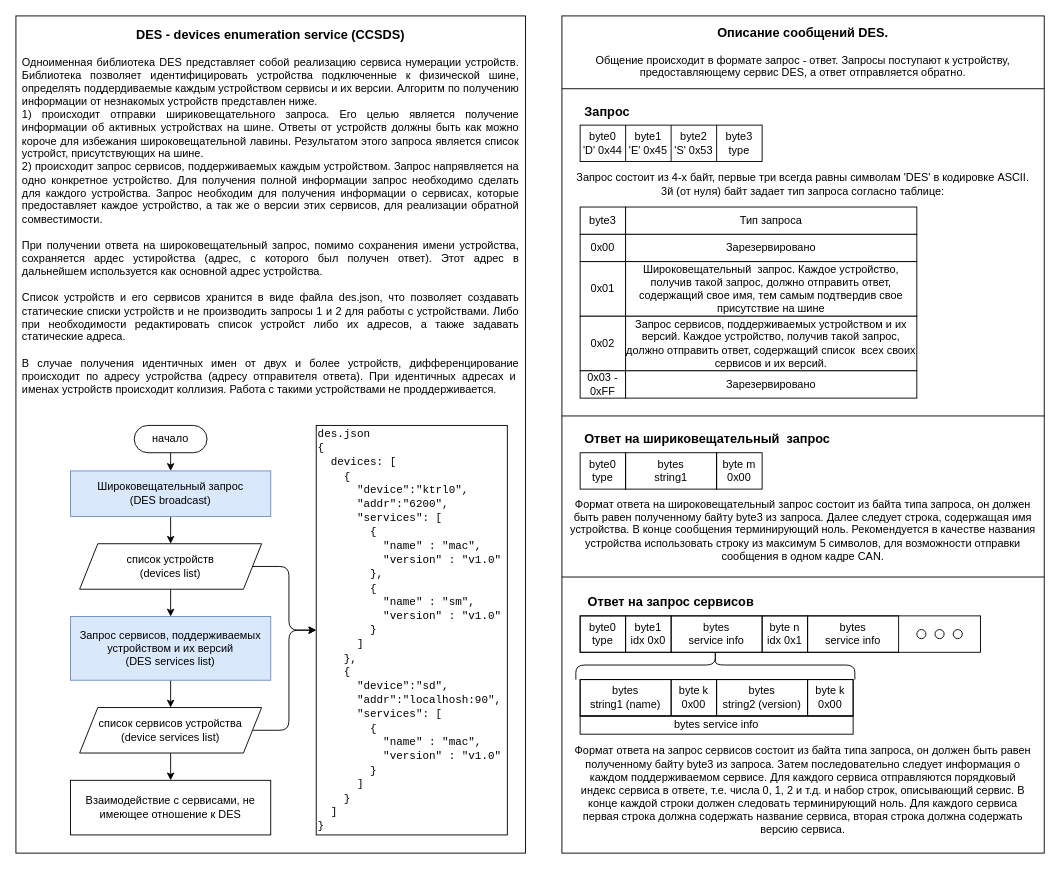
ant-lab-ru/ant-lib keeps this draw.io diagram as ccsds/des/doc/des.drawio. Above is the earlier version. Source tidied: cells renumbered, new cells numbered last; positions are measured from the earlier drawing's top-left corner, leaving out a move shared by most shapes. Both pictures are drawn from the tidied source at 91%, with x=0, y=0 at pixel (15, 15).
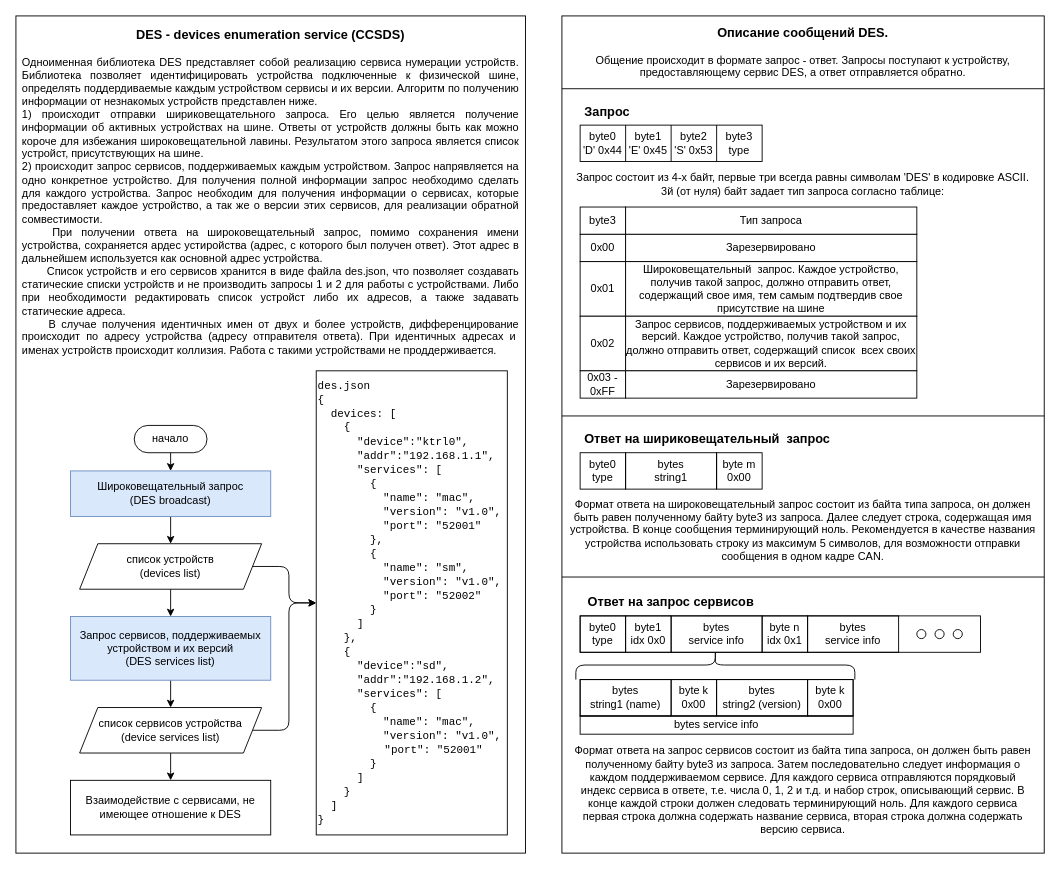
The same page after the edit.

Change to the diagram source:
```diff
@@
-    <mxCell id="3" value="&lt;div style=&quot;&quot;&gt;&lt;span style=&quot;background-color: initial;&quot;&gt;&lt;b&gt;&lt;font style=&quot;font-size: 14px;&quot;&gt;DES - devices enumeration service (CCSDS)&lt;/font&gt;&lt;/b&gt;&lt;/span&gt;&lt;/div&gt;&lt;div style=&quot;&quot;&gt;&lt;span style=&quot;background-color: initial;&quot;&gt;&lt;br&gt;&lt;/span&gt;&lt;/div&gt;&lt;span style=&quot;background-color: initial;&quot;&gt;&lt;div style=&quot;text-align: justify;&quot;&gt;&lt;span style=&quot;background-color: initial;&quot;&gt;Одноименная библиотека DES представляет собой реализацию сервиса нумерации устройств. Библиотека позволяет идентифицировать устройства подключенные к физической шине, определять поддердиваемые каждым устройством сервисы и их версии. Алгоритм по получению информации от незнакомых устройств представлен ниже.&lt;/span&gt;&lt;/div&gt;&lt;div style=&quot;text-align: justify;&quot;&gt;&lt;span style=&quot;background-color: initial;&quot;&gt;1) происходит отправки шириковещательного запроса. Его целью является получение информации об активных устройствах на шине. Ответы от устройств должны быть как можно короче для избежания широковещательной лавины. Результатом этого запроса является список устройст, присутствующих на шине.&lt;/span&gt;&lt;/div&gt;&lt;div style=&quot;text-align: justify;&quot;&gt;&lt;span style=&quot;background-color: initial;&quot;&gt;2) происходит запрос сервисов, поддерживаемых каждым устройством. Запрос напрявляется на одно конкретное устройство. Для получения полной информации запрос необходимо сделать для каждого устройства. Запрос необходим для получения информации о сервисах, которые предоставляет каждое устройство, а так же о версии этих сервисов, для реализации обратной сомвестимости.&lt;/span&gt;&lt;/div&gt;&lt;div style=&quot;text-align: justify;&quot;&gt;&lt;span style=&quot;background-color: initial;&quot;&gt;&lt;br&gt;&lt;/span&gt;&lt;/div&gt;&lt;div style=&quot;text-align: justify;&quot;&gt;&lt;span style=&quot;background-color: initial;&quot;&gt;При получении ответа на широковещательный запрос, помимо сохранения имени устройства, сохраняется ардес устиройства (адрес, с которого был получен ответ). Этот адрес в дальнейшем используется как основной адрес устройства.&lt;/span&gt;&lt;/div&gt;&lt;div style=&quot;text-align: justify;&quot;&gt;&lt;span style=&quot;background-color: initial;&quot;&gt;&lt;br&gt;&lt;/span&gt;&lt;/div&gt;&lt;div style=&quot;text-align: justify;&quot;&gt;&lt;span style=&quot;background-color: initial;&quot;&gt;Список устройств и его сервисов хранится в виде файла des.json, что позволяет создавать статические списки устройств и не производить запросы 1 и 2 для работы с устройствами. Либо при необходимости редактировать список устройст либо их адресов, а также задавать статические адреса.&lt;/span&gt;&lt;br&gt;&lt;/div&gt;&lt;div style=&quot;text-align: justify;&quot;&gt;&lt;br&gt;&lt;/div&gt;&lt;div style=&quot;text-align: justify;&quot;&gt;В случае получения идентичных имен от двух и более устройств, дифференцирование происходит по адресу устройства (адресу отправителя ответа). При идентичных адресах и&amp;nbsp; именах устройств происходит коллизия. Работа с такими устройствами не проддерживается.&lt;/div&gt;&lt;div style=&quot;text-align: justify;&quot;&gt;&lt;span style=&quot;background-color: initial;&quot;&gt;&lt;br&gt;&lt;/span&gt;&lt;/div&gt;&lt;/span&gt;" style="rounded=0;whiteSpace=wrap;html=1;verticalAlign=top;spacing=8;" parent="1" vertex="1">
+    <mxCell id="3" value="&lt;div style=&quot;&quot;&gt;&lt;span style=&quot;background-color: initial;&quot;&gt;&lt;b&gt;&lt;font style=&quot;font-size: 14px;&quot;&gt;DES - devices enumeration service (CCSDS)&lt;/font&gt;&lt;/b&gt;&lt;/span&gt;&lt;/div&gt;&lt;div style=&quot;&quot;&gt;&lt;span style=&quot;background-color: initial;&quot;&gt;&lt;br&gt;&lt;/span&gt;&lt;/div&gt;&lt;span style=&quot;background-color: initial;&quot;&gt;&lt;div style=&quot;text-align: justify;&quot;&gt;&lt;span style=&quot;background-color: initial;&quot;&gt;Одноименная библиотека DES представляет собой реализацию сервиса нумерации устройств. Библиотека позволяет идентифицировать устройства подключенные к физической шине, определять поддердиваемые каждым устройством сервисы и их версии. Алгоритм по получению информации от незнакомых устройств представлен ниже.&lt;/span&gt;&lt;/div&gt;&lt;div style=&quot;text-align: justify;&quot;&gt;&lt;span style=&quot;background-color: initial;&quot;&gt;1) происходит отправки шириковещательного запроса. Его целью является получение информации об активных устройствах на шине. Ответы от устройств должны быть как можно короче для избежания широковещательной лавины. Результатом этого запроса является список устройст, присутствующих на шине.&lt;/span&gt;&lt;/div&gt;&lt;div style=&quot;text-align: justify;&quot;&gt;&lt;span style=&quot;background-color: initial;&quot;&gt;2) происходит запрос сервисов, поддерживаемых каждым устройством. Запрос напрявляется на одно конкретное устройство. Для получения полной информации запрос необходимо сделать для каждого устройства. Запрос необходим для получения информации о сервисах, которые предоставляет каждое устройство, а так же о версии этих сервисов, для реализации обратной сомвестимости.&lt;/span&gt;&lt;/div&gt;&lt;div style=&quot;text-align: justify;&quot;&gt;&lt;span style=&quot;background-color: initial;&quot;&gt;&lt;span style=&quot;white-space: pre;&quot;&gt;&#9;&lt;/span&gt;При получении ответа на широковещательный запрос, помимо сохранения имени устройства, сохраняется ардес устиройства (адрес, с которого был получен ответ). Этот адрес в дальнейшем используется как основной адрес устройства.&lt;/span&gt;&lt;/div&gt;&lt;div style=&quot;text-align: justify;&quot;&gt;&lt;span style=&quot;background-color: initial;&quot;&gt;&lt;span style=&quot;white-space: pre;&quot;&gt;&#9;&lt;/span&gt;Список устройств и его сервисов хранится в виде файла des.json, что позволяет создавать статические списки устройств и не производить запросы 1 и 2 для работы с устройствами. Либо при необходимости редактировать список устройст либо их адресов, а также задавать статические адреса.&lt;/span&gt;&lt;/div&gt;&lt;div style=&quot;text-align: justify;&quot;&gt;&lt;span style=&quot;white-space: pre;&quot;&gt;&#9;&lt;/span&gt;В случае получения идентичных имен от двух и более устройств, дифференцирование происходит по адресу устройства (адресу отправителя ответа). При идентичных адресах и&amp;nbsp; именах устройств происходит коллизия. Работа с такими устройствами не проддерживается.&lt;/div&gt;&lt;div style=&quot;text-align: justify;&quot;&gt;&lt;span style=&quot;background-color: initial;&quot;&gt;&lt;br&gt;&lt;/span&gt;&lt;/div&gt;&lt;/span&gt;" style="rounded=0;whiteSpace=wrap;html=1;verticalAlign=top;spacing=8;" parent="1" vertex="1">
       <mxGeometry width="560" height="920" as="geometry" />
     </mxCell>
@@
-    <mxCell id="17" value="&lt;font face=&quot;Courier New&quot;&gt;des.json&lt;br&gt;{&lt;br&gt;&amp;nbsp; devices: [&lt;br&gt;&amp;nbsp; &amp;nbsp; {&lt;br&gt;&amp;nbsp; &amp;nbsp; &amp;nbsp; &quot;device&quot;:&quot;ktrl0&quot;,&lt;br&gt;&amp;nbsp; &amp;nbsp; &amp;nbsp;&amp;nbsp;&lt;/font&gt;&lt;span style=&quot;font-family: &amp;quot;Courier New&amp;quot;;&quot;&gt;&quot;addr&quot;:&quot;6200&quot;,&lt;/span&gt;&lt;font face=&quot;Courier New&quot;&gt;&lt;br&gt;&amp;nbsp; &amp;nbsp; &amp;nbsp; &quot;services&quot;: [&lt;br&gt;&amp;nbsp; &amp;nbsp; &amp;nbsp; &amp;nbsp; {&lt;br&gt;&amp;nbsp; &amp;nbsp; &amp;nbsp; &amp;nbsp; &amp;nbsp; &quot;name&quot; : &quot;mac&quot;,&lt;br&gt;&amp;nbsp; &amp;nbsp; &amp;nbsp; &amp;nbsp; &amp;nbsp; &quot;version&quot; : &quot;v1.0&quot;&lt;br&gt;&amp;nbsp; &amp;nbsp; &amp;nbsp; &amp;nbsp; },&lt;br&gt;&amp;nbsp; &amp;nbsp; &amp;nbsp; &amp;nbsp; {&lt;br&gt;&amp;nbsp; &amp;nbsp; &amp;nbsp; &amp;nbsp; &amp;nbsp; &quot;name&quot; : &quot;sm&quot;,&lt;br&gt;&amp;nbsp; &amp;nbsp; &amp;nbsp; &amp;nbsp; &amp;nbsp; &quot;version&quot; : &quot;v1.0&quot;&lt;br&gt;&amp;nbsp; &amp;nbsp; &amp;nbsp; &amp;nbsp; }&lt;br&gt;&amp;nbsp; &amp;nbsp; &amp;nbsp; ]&amp;nbsp;&lt;br&gt;&amp;nbsp; &amp;nbsp; },&lt;br&gt;&lt;/font&gt;&lt;span style=&quot;font-family: &amp;quot;Courier New&amp;quot;;&quot;&gt;&amp;nbsp; &amp;nbsp; {&lt;/span&gt;&lt;br style=&quot;border-color: var(--border-color); font-family: &amp;quot;Courier New&amp;quot;;&quot;&gt;&lt;span style=&quot;font-family: &amp;quot;Courier New&amp;quot;;&quot;&gt;&amp;nbsp; &amp;nbsp; &amp;nbsp; &quot;device&quot;:&quot;sd&quot;,&lt;br&gt;&lt;/span&gt;&lt;span style=&quot;font-family: &amp;quot;Courier New&amp;quot;;&quot;&gt;&amp;nbsp; &amp;nbsp; &amp;nbsp; &quot;addr&quot;:&quot;localhosh:90&quot;,&lt;/span&gt;&lt;br style=&quot;border-color: var(--border-color); font-family: &amp;quot;Courier New&amp;quot;;&quot;&gt;&lt;span style=&quot;font-family: &amp;quot;Courier New&amp;quot;;&quot;&gt;&amp;nbsp; &amp;nbsp; &amp;nbsp; &quot;services&quot;: [&lt;/span&gt;&lt;br style=&quot;border-color: var(--border-color); font-family: &amp;quot;Courier New&amp;quot;;&quot;&gt;&lt;span style=&quot;font-family: &amp;quot;Courier New&amp;quot;;&quot;&gt;&amp;nbsp; &amp;nbsp; &amp;nbsp; &amp;nbsp; {&lt;/span&gt;&lt;br style=&quot;border-color: var(--border-color); font-family: &amp;quot;Courier New&amp;quot;;&quot;&gt;&lt;span style=&quot;font-family: &amp;quot;Courier New&amp;quot;;&quot;&gt;&amp;nbsp; &amp;nbsp; &amp;nbsp; &amp;nbsp; &amp;nbsp; &quot;name&quot; : &quot;mac&quot;,&lt;/span&gt;&lt;br style=&quot;border-color: var(--border-color); font-family: &amp;quot;Courier New&amp;quot;;&quot;&gt;&lt;span style=&quot;font-family: &amp;quot;Courier New&amp;quot;;&quot;&gt;&amp;nbsp; &amp;nbsp; &amp;nbsp; &amp;nbsp; &amp;nbsp; &quot;version&quot; : &quot;v1.0&quot;&lt;/span&gt;&lt;br style=&quot;border-color: var(--border-color); font-family: &amp;quot;Courier New&amp;quot;;&quot;&gt;&lt;span style=&quot;font-family: &amp;quot;Courier New&amp;quot;;&quot;&gt;&amp;nbsp; &amp;nbsp; &amp;nbsp; &amp;nbsp; }&lt;/span&gt;&lt;br style=&quot;border-color: var(--border-color); font-family: &amp;quot;Courier New&amp;quot;;&quot;&gt;&lt;span style=&quot;font-family: &amp;quot;Courier New&amp;quot;;&quot;&gt;&amp;nbsp; &amp;nbsp; &amp;nbsp; ]&lt;/span&gt;&lt;br style=&quot;border-color: var(--border-color); font-family: &amp;quot;Courier New&amp;quot;;&quot;&gt;&lt;span style=&quot;font-family: &amp;quot;Courier New&amp;quot;;&quot;&gt;&amp;nbsp; &amp;nbsp; }&lt;/span&gt;&lt;font face=&quot;Courier New&quot;&gt;&lt;br&gt;&amp;nbsp; ]&lt;br&gt;}&lt;/font&gt;" style="rounded=0;whiteSpace=wrap;html=1;align=left;" parent="1" vertex="1">
-      <mxGeometry x="330" y="450" width="210" height="450" as="geometry" />
+    <mxCell id="17" value="&lt;font face=&quot;Courier New&quot;&gt;des.json&lt;br&gt;{&lt;br&gt;&amp;nbsp; devices: [&lt;br&gt;&amp;nbsp; &amp;nbsp; {&lt;br&gt;&amp;nbsp; &amp;nbsp; &amp;nbsp; &quot;device&quot;:&quot;ktrl0&quot;,&lt;br&gt;&amp;nbsp; &amp;nbsp; &amp;nbsp;&amp;nbsp;&lt;/font&gt;&lt;span style=&quot;font-family: &amp;quot;Courier New&amp;quot;;&quot;&gt;&quot;addr&quot;:&quot;192.168.1.1&quot;,&lt;/span&gt;&lt;font face=&quot;Courier New&quot;&gt;&lt;br&gt;&amp;nbsp; &amp;nbsp; &amp;nbsp; &quot;services&quot;: [&lt;br&gt;&amp;nbsp; &amp;nbsp; &amp;nbsp; &amp;nbsp; {&lt;br&gt;&amp;nbsp; &amp;nbsp; &amp;nbsp; &amp;nbsp; &amp;nbsp; &quot;name&quot;: &quot;mac&quot;,&lt;br&gt;&amp;nbsp; &amp;nbsp; &amp;nbsp; &amp;nbsp; &amp;nbsp; &quot;version&quot;: &quot;v1.0&quot;,&lt;br&gt;&amp;nbsp; &amp;nbsp; &amp;nbsp; &amp;nbsp; &amp;nbsp; &quot;port&quot;: &quot;52001&quot;&lt;br&gt;&amp;nbsp; &amp;nbsp; &amp;nbsp; &amp;nbsp; },&lt;br&gt;&amp;nbsp; &amp;nbsp; &amp;nbsp; &amp;nbsp; {&lt;br&gt;&amp;nbsp; &amp;nbsp; &amp;nbsp; &amp;nbsp; &amp;nbsp; &quot;name&quot;: &quot;sm&quot;,&lt;br&gt;&amp;nbsp; &amp;nbsp; &amp;nbsp; &amp;nbsp; &amp;nbsp; &quot;version&quot;: &quot;v1.0&quot;,&lt;br&gt;&amp;nbsp; &amp;nbsp; &amp;nbsp; &amp;nbsp; &amp;nbsp;&amp;nbsp;&lt;/font&gt;&lt;span style=&quot;font-family: &amp;quot;Courier New&amp;quot;;&quot;&gt;&quot;port&quot;: &quot;52002&quot;&lt;/span&gt;&lt;font face=&quot;Courier New&quot;&gt;&lt;br&gt;&amp;nbsp; &amp;nbsp; &amp;nbsp; &amp;nbsp; }&lt;br&gt;&amp;nbsp; &amp;nbsp; &amp;nbsp; ]&amp;nbsp;&lt;br&gt;&amp;nbsp; &amp;nbsp; },&lt;br&gt;&lt;/font&gt;&lt;span style=&quot;font-family: &amp;quot;Courier New&amp;quot;;&quot;&gt;&amp;nbsp; &amp;nbsp; {&lt;/span&gt;&lt;br style=&quot;border-color: var(--border-color); font-family: &amp;quot;Courier New&amp;quot;;&quot;&gt;&lt;span style=&quot;font-family: &amp;quot;Courier New&amp;quot;;&quot;&gt;&amp;nbsp; &amp;nbsp; &amp;nbsp; &quot;device&quot;:&quot;sd&quot;,&lt;br&gt;&lt;/span&gt;&lt;span style=&quot;font-family: &amp;quot;Courier New&amp;quot;;&quot;&gt;&amp;nbsp; &amp;nbsp; &amp;nbsp; &quot;addr&quot;:&quot;192.168.1.2&quot;,&lt;/span&gt;&lt;br style=&quot;border-color: var(--border-color); font-family: &amp;quot;Courier New&amp;quot;;&quot;&gt;&lt;span style=&quot;font-family: &amp;quot;Courier New&amp;quot;;&quot;&gt;&amp;nbsp; &amp;nbsp; &amp;nbsp; &quot;services&quot;: [&lt;/span&gt;&lt;br style=&quot;border-color: var(--border-color); font-family: &amp;quot;Courier New&amp;quot;;&quot;&gt;&lt;span style=&quot;font-family: &amp;quot;Courier New&amp;quot;;&quot;&gt;&amp;nbsp; &amp;nbsp; &amp;nbsp; &amp;nbsp; {&lt;/span&gt;&lt;br style=&quot;border-color: var(--border-color); font-family: &amp;quot;Courier New&amp;quot;;&quot;&gt;&lt;span style=&quot;font-family: &amp;quot;Courier New&amp;quot;;&quot;&gt;&amp;nbsp; &amp;nbsp; &amp;nbsp; &amp;nbsp; &amp;nbsp; &quot;name&quot;: &quot;mac&quot;,&lt;/span&gt;&lt;br style=&quot;border-color: var(--border-color); font-family: &amp;quot;Courier New&amp;quot;;&quot;&gt;&lt;span style=&quot;font-family: &amp;quot;Courier New&amp;quot;;&quot;&gt;&amp;nbsp; &amp;nbsp; &amp;nbsp; &amp;nbsp; &amp;nbsp; &quot;version&quot;: &quot;v1.0&quot;,&lt;br&gt;&lt;/span&gt;&amp;nbsp; &amp;nbsp; &amp;nbsp; &amp;nbsp; &amp;nbsp; &amp;nbsp; &amp;nbsp; &amp;nbsp; &amp;nbsp; &amp;nbsp; &amp;nbsp;&amp;nbsp;&lt;span style=&quot;font-family: &amp;quot;Courier New&amp;quot;;&quot;&gt;&quot;port&quot;: &quot;52001&quot;&lt;/span&gt;&lt;br style=&quot;border-color: var(--border-color); font-family: &amp;quot;Courier New&amp;quot;;&quot;&gt;&lt;span style=&quot;font-family: &amp;quot;Courier New&amp;quot;;&quot;&gt;&amp;nbsp; &amp;nbsp; &amp;nbsp; &amp;nbsp; }&lt;/span&gt;&lt;br style=&quot;border-color: var(--border-color); font-family: &amp;quot;Courier New&amp;quot;;&quot;&gt;&lt;span style=&quot;font-family: &amp;quot;Courier New&amp;quot;;&quot;&gt;&amp;nbsp; &amp;nbsp; &amp;nbsp; ]&lt;/span&gt;&lt;br style=&quot;border-color: var(--border-color); font-family: &amp;quot;Courier New&amp;quot;;&quot;&gt;&lt;span style=&quot;font-family: &amp;quot;Courier New&amp;quot;;&quot;&gt;&amp;nbsp; &amp;nbsp; }&lt;/span&gt;&lt;font face=&quot;Courier New&quot;&gt;&lt;br&gt;&amp;nbsp; ]&lt;br&gt;}&lt;/font&gt;" style="rounded=0;whiteSpace=wrap;html=1;align=left;" parent="1" vertex="1">
+      <mxGeometry x="330" y="390" width="210" height="510" as="geometry" />
     </mxCell>
```
